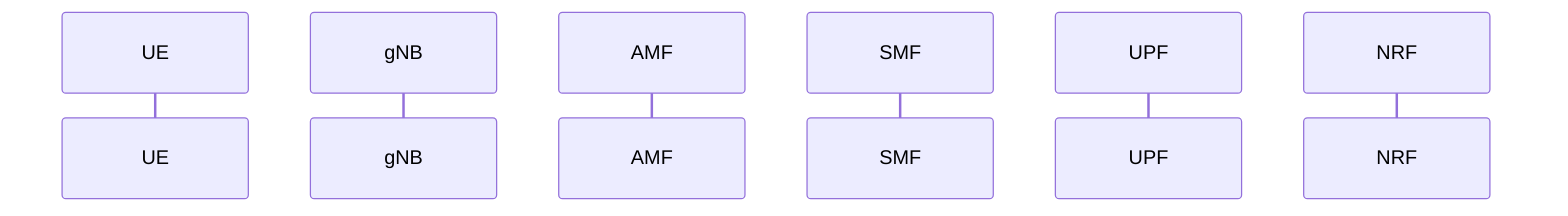
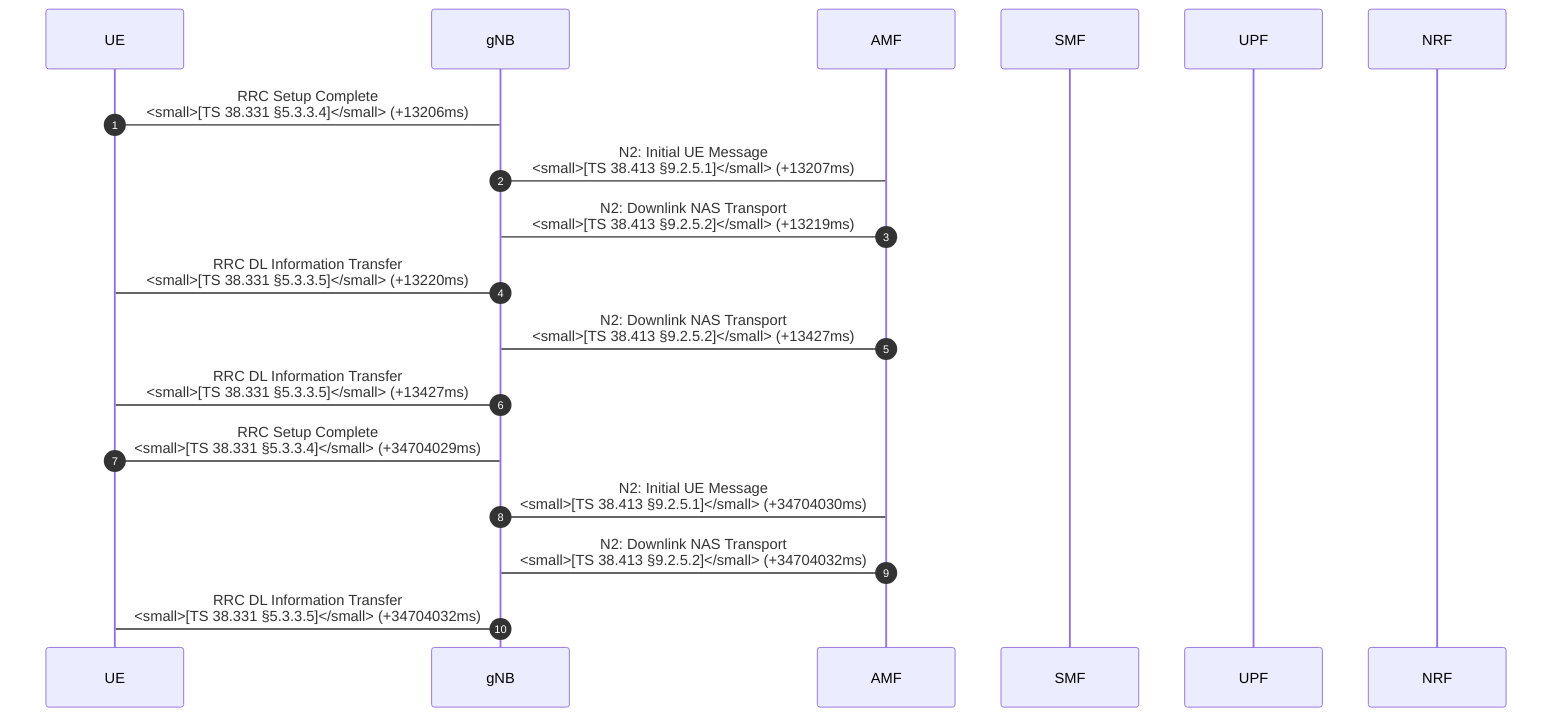
sequenceDiagram
  autonumber
  participant UE
  participant gNB
  participant AMF
  participant SMF
  participant UPF
  participant NRF

+   UE->gNB: RRC Setup Complete<br/><small>[TS 38.331 §5.3.3.4]</small> (+13206ms)
+   gNB->AMF: N2: Initial UE Message<br/><small>[TS 38.413 §9.2.5.1]</small> (+13207ms)
+   AMF->gNB: N2: Downlink NAS Transport<br/><small>[TS 38.413 §9.2.5.2]</small> (+13219ms)
+   gNB->UE: RRC DL Information Transfer<br/><small>[TS 38.331 §5.3.3.5]</small> (+13220ms)
+   AMF->gNB: N2: Downlink NAS Transport<br/><small>[TS 38.413 §9.2.5.2]</small> (+13427ms)
+   gNB->UE: RRC DL Information Transfer<br/><small>[TS 38.331 §5.3.3.5]</small> (+13427ms)
+   UE->gNB: RRC Setup Complete<br/><small>[TS 38.331 §5.3.3.4]</small> (+34704029ms)
+   gNB->AMF: N2: Initial UE Message<br/><small>[TS 38.413 §9.2.5.1]</small> (+34704030ms)
+   AMF->gNB: N2: Downlink NAS Transport<br/><small>[TS 38.413 §9.2.5.2]</small> (+34704032ms)
+   gNB->UE: RRC DL Information Transfer<br/><small>[TS 38.331 §5.3.3.5]</small> (+34704032ms)
